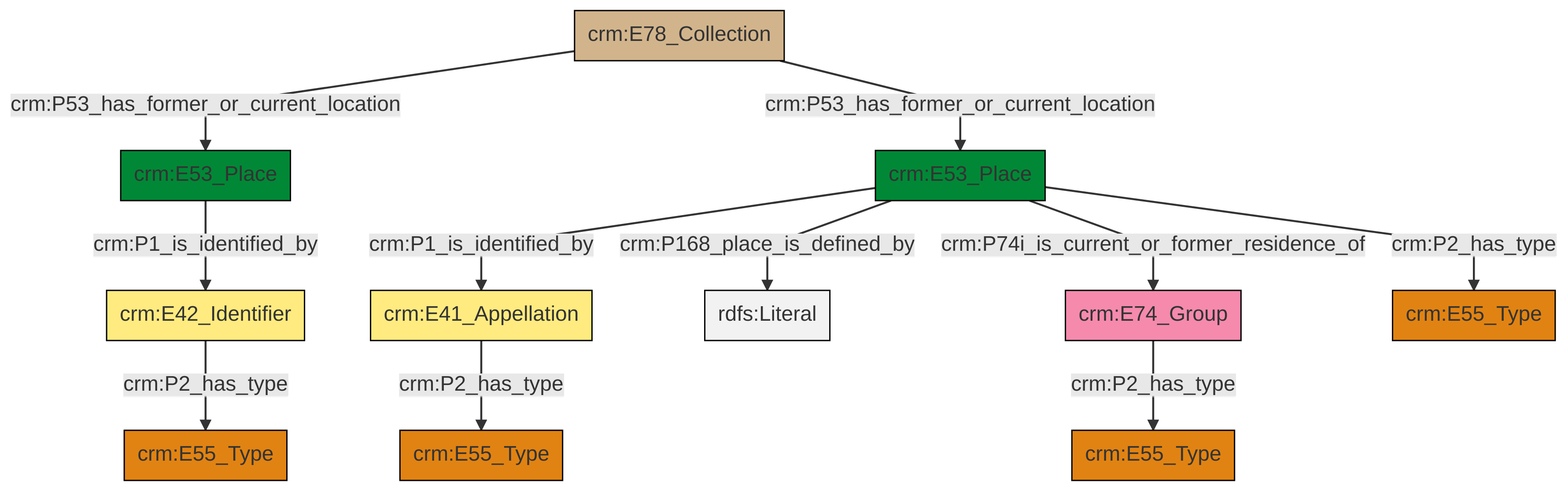
Above: et/archivalCSV/ttl/mmd/png/archival_location.png in swiss-art-research-net/docs.swissartresearch (Mermaid), before the change. Its source is kept beside it as et/archivalCSV/ttl/mmd/archival_location.ttl.mmd.
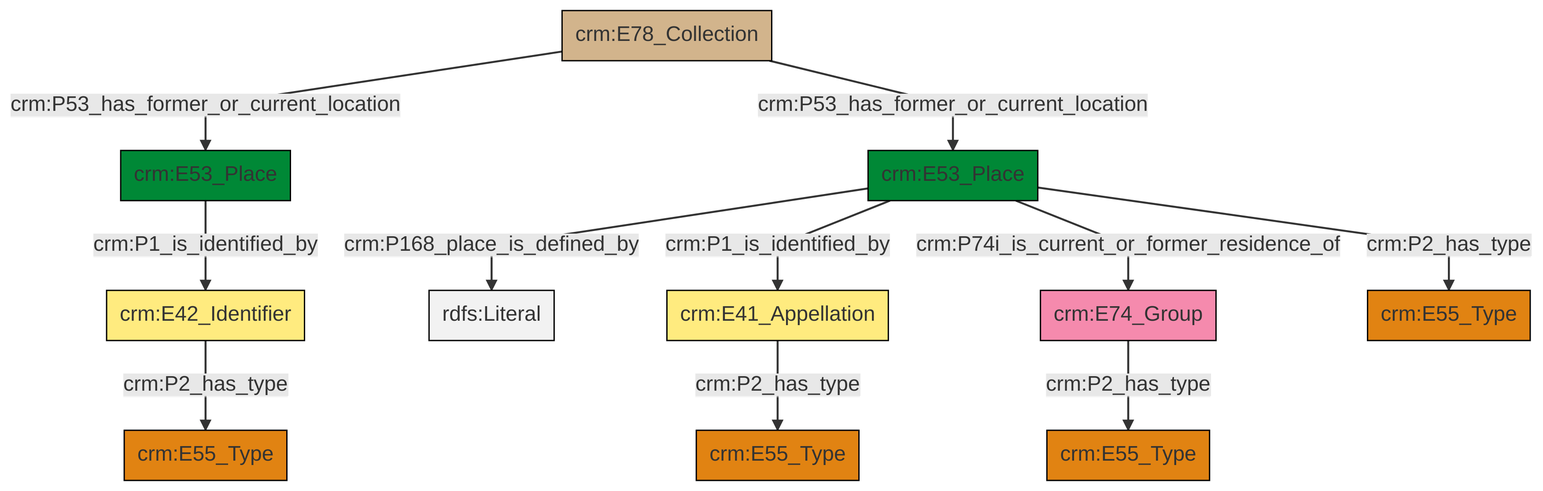
The same file after the commit.

Change to the diagram source:
```diff
@@ -13,13 +13,13 @@
 classDef PC_Classes fill:#4ce600, stroke:#000000;
 classDef Multi fill:#cccccc,stroke:#000000;
 
-0["crm:E53_Place"]:::Place -->|crm:P1_is_identified_by| 1["crm:E42_Identifier"]:::Appellation
-2["crm:E78_Collection"]:::Physical_Thing -->|crm:P53_has_former_or_current_location| 0["crm:E53_Place"]:::Place
-5["crm:E53_Place"]:::Place -->|crm:P1_is_identified_by| 6["crm:E41_Appellation"]:::Appellation
-5["crm:E53_Place"]:::Place -->|crm:P168_place_is_defined_by| 11[rdfs:Literal]:::Literal
-5["crm:E53_Place"]:::Place -->|crm:P74i_is_current_or_former_residence_of| 12["crm:E74_Group"]:::Actor
-2["crm:E78_Collection"]:::Physical_Thing -->|crm:P53_has_former_or_current_location| 5["crm:E53_Place"]:::Place
-12["crm:E74_Group"]:::Actor -->|crm:P2_has_type| 9["crm:E55_Type"]:::Type
-6["crm:E41_Appellation"]:::Appellation -->|crm:P2_has_type| 7["crm:E55_Type"]:::Type
-5["crm:E53_Place"]:::Place -->|crm:P2_has_type| 20["crm:E55_Type"]:::Type
-1["crm:E42_Identifier"]:::Appellation -->|crm:P2_has_type| 3["crm:E55_Type"]:::Type
+0["crm:E74_Group"]:::Actor -->|crm:P2_has_type| 1["crm:E55_Type"]:::Type
+4["crm:E53_Place"]:::Place -->|crm:P168_place_is_defined_by| 5[rdfs:Literal]:::Literal
+4["crm:E53_Place"]:::Place -->|crm:P1_is_identified_by| 6["crm:E41_Appellation"]:::Appellation
+8["crm:E42_Identifier"]:::Appellation -->|crm:P2_has_type| 2["crm:E55_Type"]:::Type
+6["crm:E41_Appellation"]:::Appellation -->|crm:P2_has_type| 11["crm:E55_Type"]:::Type
+14["crm:E78_Collection"]:::Physical_Thing -->|crm:P53_has_former_or_current_location| 15["crm:E53_Place"]:::Place
+14["crm:E78_Collection"]:::Physical_Thing -->|crm:P53_has_former_or_current_location| 4["crm:E53_Place"]:::Place
+15["crm:E53_Place"]:::Place -->|crm:P1_is_identified_by| 8["crm:E42_Identifier"]:::Appellation
+4["crm:E53_Place"]:::Place -->|crm:P74i_is_current_or_former_residence_of| 0["crm:E74_Group"]:::Actor
+4["crm:E53_Place"]:::Place -->|crm:P2_has_type| 18["crm:E55_Type"]:::Type
```
